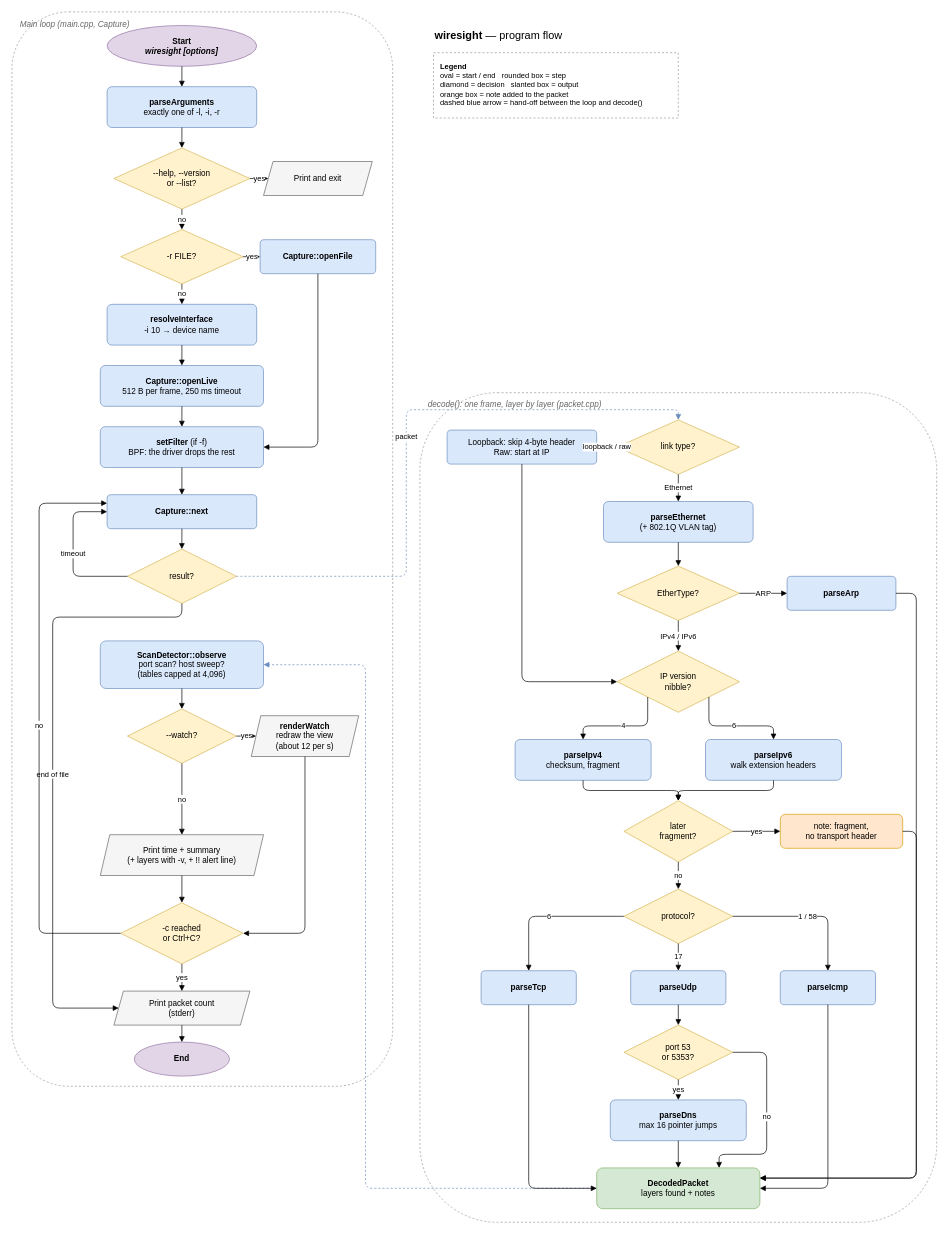
Earlier version of the draw.io diagram docs/wiresight-flow.drawio (AoceanP/wiresight). Source tidied: cells renumbered, new cells numbered last; positions are measured from the earlier drawing's top-left corner, leaving out a move shared by most shapes. Both pictures are drawn from the tidied source at 68%, with x=0, y=0 at pixel (12, 12).
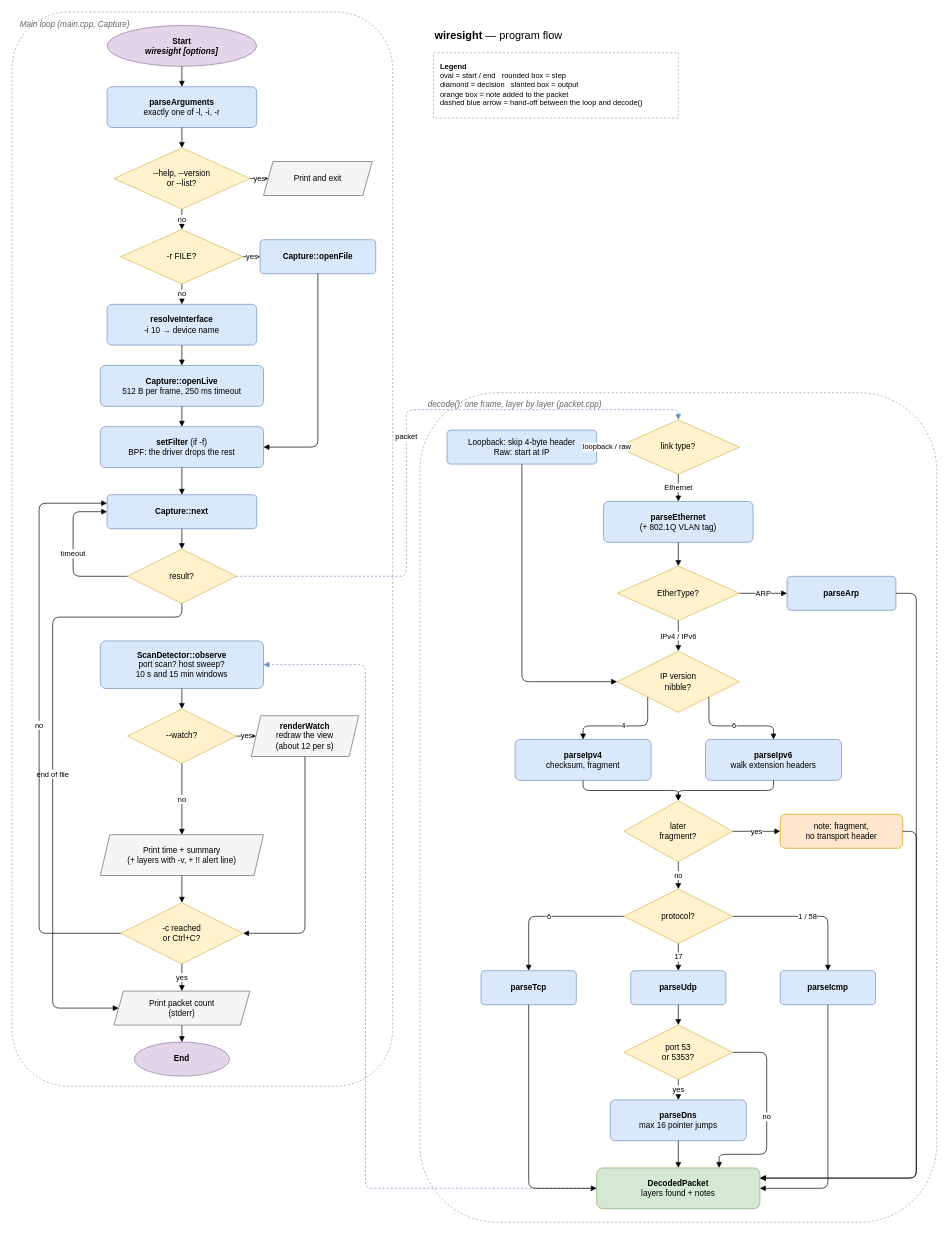
Above is the later version.

Change to the diagram source:
```diff
@@
-    <mxCell id="54" value="&lt;b&gt;ScanDetector::observe&lt;/b&gt;&lt;br&gt;port scan? host sweep?&lt;br&gt;(tables capped at 4,096)" style="rounded=1;whiteSpace=wrap;html=1;fillColor=#dae8fc;strokeColor=#6c8ebf;arcSize=12;" parent="1" vertex="1">
+    <mxCell id="54" value="&lt;b&gt;ScanDetector::observe&lt;/b&gt;&lt;br&gt;port scan? host sweep?&lt;br&gt;10 s and 15 min windows" style="rounded=1;whiteSpace=wrap;html=1;fillColor=#dae8fc;strokeColor=#6c8ebf;arcSize=12;" parent="1" vertex="1">
       <mxGeometry x="130" y="925" width="240" height="70" as="geometry" />
     </mxCell>
```
